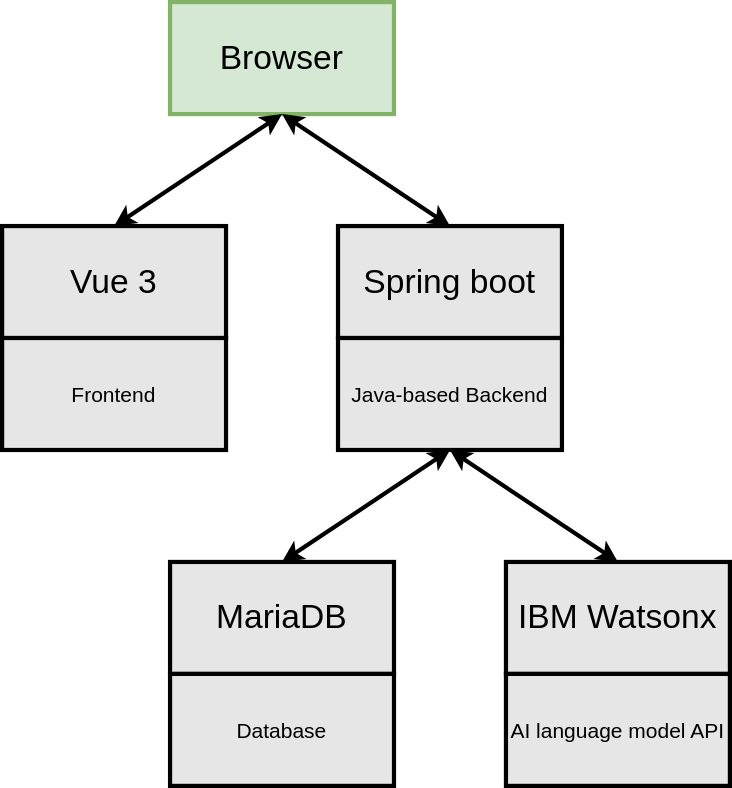
The draw.io diagram docs/architecture_diagram.svg in spe-uob/2024-AILearningTool, before a commit. Source tidied: cells renumbered, new cells last; positions are measured from the earlier drawing's top-left corner, leaving out a move shared by most shapes.
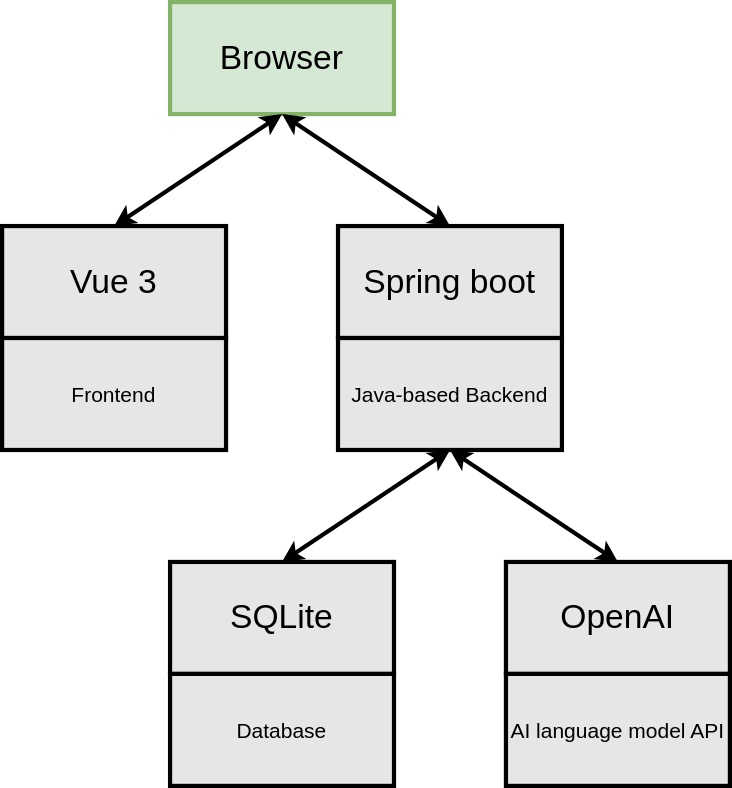
Later version of the same file.

Commit message:
chore: Update the architecture diagram.

What changed in the source:
```diff
@@ -5,7 +5,7 @@
     <mxCell id="2" value="&lt;div style=&quot;font-size: 24px;&quot;&gt;Browser&lt;/div&gt;" style="rounded=0;whiteSpace=wrap;html=1;fillColor=#d5e8d4;strokeColor=#82b366;strokeWidth=3;fontSize=24;" parent="1" vertex="1">
       <mxGeometry x="120" width="160" height="80" as="geometry" />
     </mxCell>
-    <mxCell id="3" value="MariaDB" style="rounded=0;whiteSpace=wrap;html=1;strokeWidth=3;fontSize=24;fillColor=#E6E6E6;" parent="1" vertex="1">
+    <mxCell id="3" value="SQLite" style="rounded=0;whiteSpace=wrap;html=1;strokeWidth=3;fontSize=24;fillColor=#E6E6E6;" parent="1" vertex="1">
       <mxGeometry x="120" y="400" width="160" height="80" as="geometry" />
     </mxCell>
     <mxCell id="4" value="&lt;div style=&quot;font-size: 15px;&quot;&gt;Database&lt;/div&gt;" style="rounded=0;whiteSpace=wrap;html=1;strokeWidth=3;fillColor=#E6E6E6;fontSize=15;" parent="1" vertex="1">
@@ -32,7 +32,7 @@
     <mxCell id="11" value="&lt;div style=&quot;font-size: 15px;&quot;&gt;Java-based Backend&lt;br style=&quot;font-size: 15px;&quot;&gt;&lt;/div&gt;" style="rounded=0;whiteSpace=wrap;html=1;strokeWidth=3;fillColor=#E6E6E6;fontSize=15;" parent="1" vertex="1">
       <mxGeometry x="240" y="240" width="160" height="80" as="geometry" />
     </mxCell>
-    <mxCell id="12" value="&lt;div style=&quot;font-size: 24px;&quot;&gt;IBM Watsonx&lt;br&gt;&lt;/div&gt;" style="rounded=0;whiteSpace=wrap;html=1;strokeWidth=3;fontSize=24;fillColor=#E6E6E6;" parent="1" vertex="1">
+    <mxCell id="12" value="&lt;div style=&quot;font-size: 24px;&quot;&gt;OpenAI&lt;br&gt;&lt;/div&gt;" style="rounded=0;whiteSpace=wrap;html=1;strokeWidth=3;fontSize=24;fillColor=#E6E6E6;" parent="1" vertex="1">
       <mxGeometry x="360" y="400" width="160" height="80" as="geometry" />
     </mxCell>
     <mxCell id="13" value="AI language model API" style="rounded=0;whiteSpace=wrap;html=1;strokeWidth=3;fillColor=#E6E6E6;fontSize=15;" parent="1" vertex="1">
```
